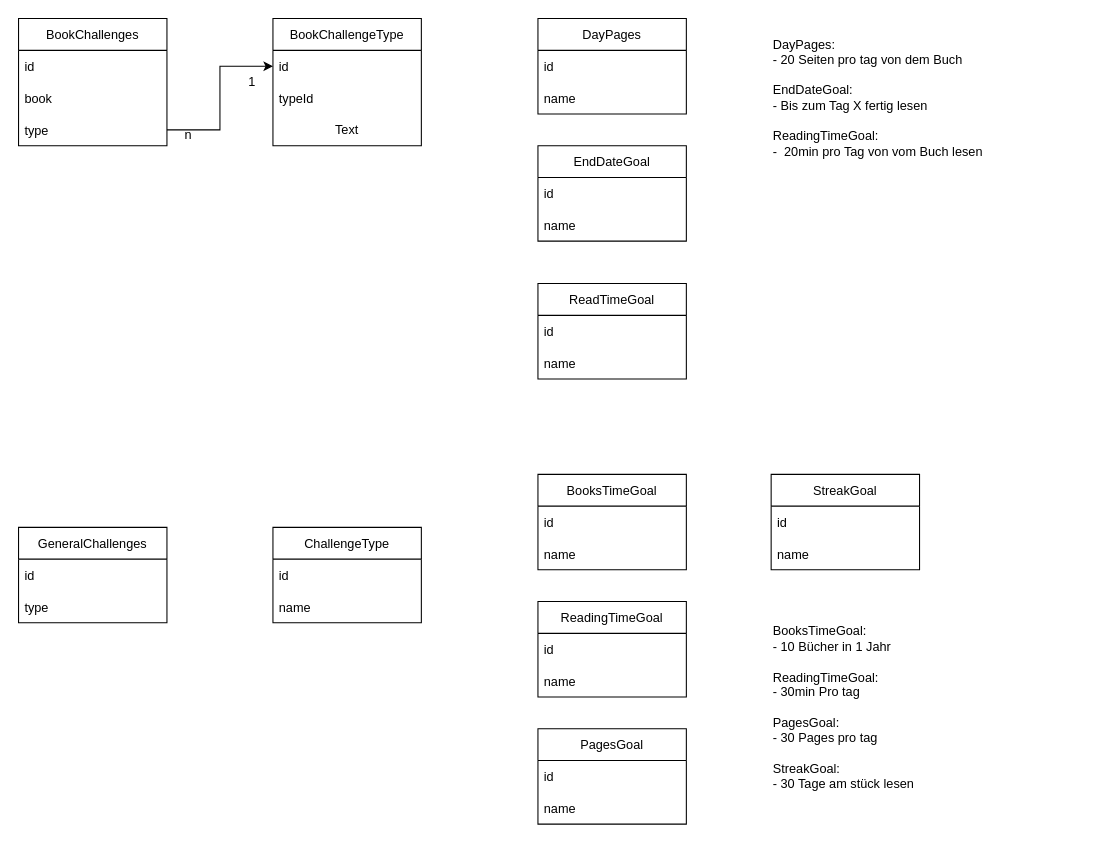
Before: Documentaion/ChallengesOverview2.drawio in Biblogy/App, a draw.io diagram. Source tidied: cells renumbered, new cells numbered last; positions are measured from the earlier drawing's top-left corner, leaving out a move shared by most shapes. Both pictures are drawn from the tidied source at 106%, with x=0, y=0 at pixel (18, 18).
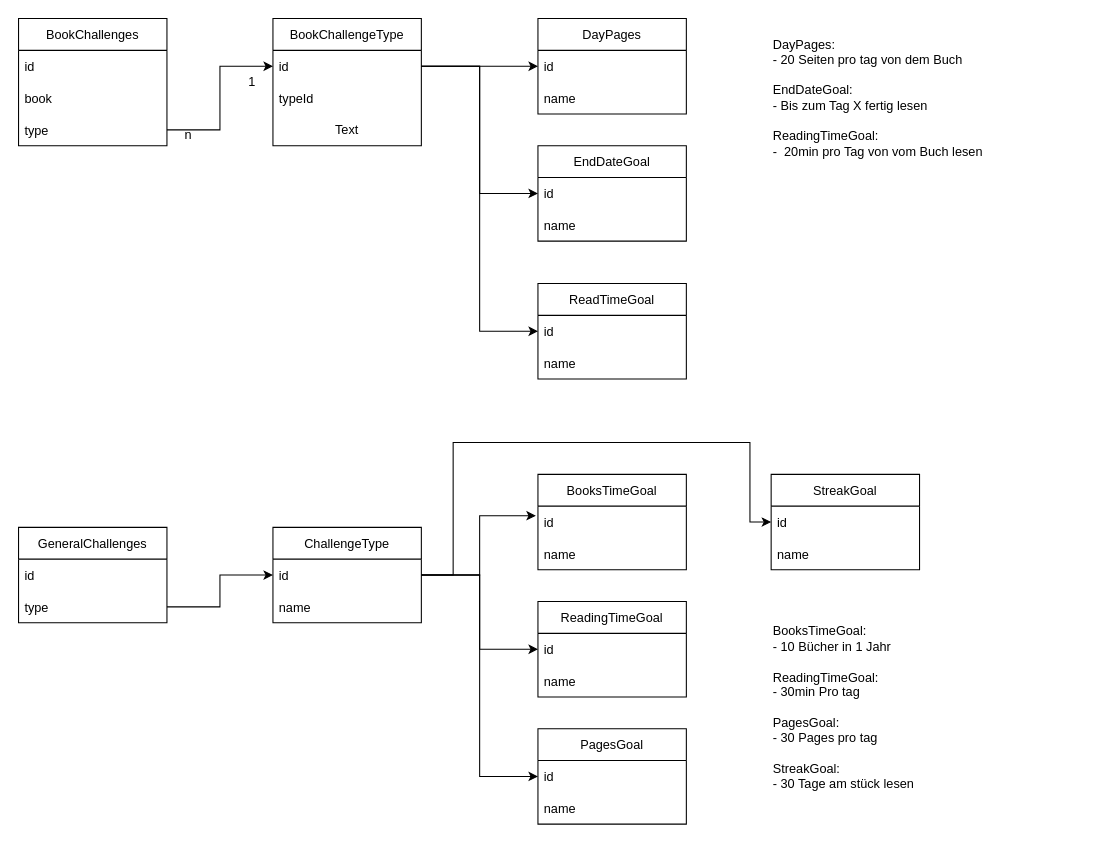
Above is the later version.

Unchanged cells that the change refers to:
```xml
<mxCell id="7" value="id" style="text;strokeColor=none;fillColor=none;align=left;verticalAlign=middle;spacingLeft=4;spacingRight=4;overflow=hidden;points=[[0,0.5],[1,0.5]];portConstraint=eastwest;" parent="6" vertex="1">
  <mxGeometry y="30" width="140" height="30" as="geometry" />
</mxCell>
<mxCell id="14" value="id" style="text;strokeColor=none;fillColor=none;align=left;verticalAlign=middle;spacingLeft=4;spacingRight=4;overflow=hidden;points=[[0,0.5],[1,0.5]];portConstraint=eastwest;" parent="13" vertex="1">
  <mxGeometry y="30" width="140" height="30" as="geometry" />
</mxCell>
<mxCell id="17" value="id" style="text;strokeColor=none;fillColor=none;align=left;verticalAlign=middle;spacingLeft=4;spacingRight=4;overflow=hidden;points=[[0,0.5],[1,0.5]];portConstraint=eastwest;" parent="16" vertex="1">
  <mxGeometry y="30" width="140" height="30" as="geometry" />
</mxCell>
<mxCell id="20" value="id" style="text;strokeColor=none;fillColor=none;align=left;verticalAlign=middle;spacingLeft=4;spacingRight=4;overflow=hidden;points=[[0,0.5],[1,0.5]];portConstraint=eastwest;" parent="19" vertex="1">
  <mxGeometry y="30" width="140" height="30" as="geometry" />
</mxCell>
<mxCell id="24" value="type" style="text;strokeColor=none;fillColor=none;align=left;verticalAlign=middle;spacingLeft=4;spacingRight=4;overflow=hidden;points=[[0,0.5],[1,0.5]];portConstraint=eastwest;" parent="22" vertex="1">
  <mxGeometry y="60" width="140" height="30" as="geometry" />
</mxCell>
<mxCell id="26" value="id" style="text;strokeColor=none;fillColor=none;align=left;verticalAlign=middle;spacingLeft=4;spacingRight=4;overflow=hidden;points=[[0,0.5],[1,0.5]];portConstraint=eastwest;" parent="25" vertex="1">
  <mxGeometry y="30" width="140" height="30" as="geometry" />
</mxCell>
<mxCell id="29" value="id" style="text;strokeColor=none;fillColor=none;align=left;verticalAlign=middle;spacingLeft=4;spacingRight=4;overflow=hidden;points=[[0,0.5],[1,0.5]];portConstraint=eastwest;" parent="28" vertex="1">
  <mxGeometry y="30" width="140" height="30" as="geometry" />
</mxCell>
<mxCell id="32" value="id" style="text;strokeColor=none;fillColor=none;align=left;verticalAlign=middle;spacingLeft=4;spacingRight=4;overflow=hidden;points=[[0,0.5],[1,0.5]];portConstraint=eastwest;" parent="31" vertex="1">
  <mxGeometry y="30" width="140" height="30" as="geometry" />
</mxCell>
<mxCell id="35" value="id" style="text;strokeColor=none;fillColor=none;align=left;verticalAlign=middle;spacingLeft=4;spacingRight=4;overflow=hidden;points=[[0,0.5],[1,0.5]];portConstraint=eastwest;" parent="34" vertex="1">
  <mxGeometry y="30" width="140" height="30" as="geometry" />
</mxCell>
<mxCell id="38" value="id" style="text;strokeColor=none;fillColor=none;align=left;verticalAlign=middle;spacingLeft=4;spacingRight=4;overflow=hidden;points=[[0,0.5],[1,0.5]];portConstraint=eastwest;" parent="37" vertex="1">
  <mxGeometry y="30" width="140" height="30" as="geometry" />
</mxCell>
```

The edit, as a diff of the source:
```diff
@@
+    <mxCell id="42" style="edgeStyle=orthogonalEdgeStyle;rounded=0;jettySize=auto;html=1;" parent="1" edge="1" source="24" target="26">
+      <mxGeometry relative="1" as="geometry" />
+    </mxCell>
+    <mxCell id="43" style="edgeStyle=orthogonalEdgeStyle;rounded=0;jettySize=auto;html=1;entryX=0;entryY=0.5;entryDx=0;entryDy=0;" parent="1" edge="1" source="7" target="17">
+      <mxGeometry relative="1" as="geometry" />
+    </mxCell>
+    <mxCell id="44" style="edgeStyle=orthogonalEdgeStyle;rounded=0;jettySize=auto;html=1;exitX=1;exitY=0.5;exitDx=0;exitDy=0;entryX=0;entryY=0.5;entryDx=0;entryDy=0;" parent="1" edge="1" source="7" target="14">
+      <mxGeometry relative="1" as="geometry" />
+    </mxCell>
+    <mxCell id="45" style="edgeStyle=orthogonalEdgeStyle;rounded=0;jettySize=auto;html=1;entryX=0;entryY=0.5;entryDx=0;entryDy=0;" parent="1" edge="1" source="7" target="20">
+      <mxGeometry relative="1" as="geometry" />
+    </mxCell>
+    <mxCell id="46" style="edgeStyle=orthogonalEdgeStyle;rounded=0;jettySize=auto;html=1;entryX=-0.014;entryY=0.3;entryDx=0;entryDy=0;entryPerimeter=0;" parent="1" edge="1" source="26" target="29">
+      <mxGeometry relative="1" as="geometry" />
+    </mxCell>
+    <mxCell id="47" style="edgeStyle=orthogonalEdgeStyle;rounded=0;jettySize=auto;html=1;exitX=1;exitY=0.5;exitDx=0;exitDy=0;entryX=0;entryY=0.5;entryDx=0;entryDy=0;" parent="1" edge="1" source="26" target="32">
+      <mxGeometry relative="1" as="geometry" />
+    </mxCell>
+    <mxCell id="48" style="edgeStyle=orthogonalEdgeStyle;rounded=0;jettySize=auto;html=1;entryX=0;entryY=0.5;entryDx=0;entryDy=0;" parent="1" edge="1" source="26" target="35">
+      <mxGeometry relative="1" as="geometry" />
+    </mxCell>
+    <mxCell id="49" style="edgeStyle=orthogonalEdgeStyle;rounded=0;jettySize=auto;html=1;entryX=0;entryY=0.5;entryDx=0;entryDy=0;" parent="1" edge="1" source="26" target="38">
+      <mxGeometry relative="1" as="geometry">
+        <Array as="points">
+          <mxPoint x="410" y="525" />
+          <mxPoint x="410" y="400" />
+          <mxPoint x="690" y="400" />
+          <mxPoint x="690" y="475" />
+        </Array>
+      </mxGeometry>
+    </mxCell>
```
